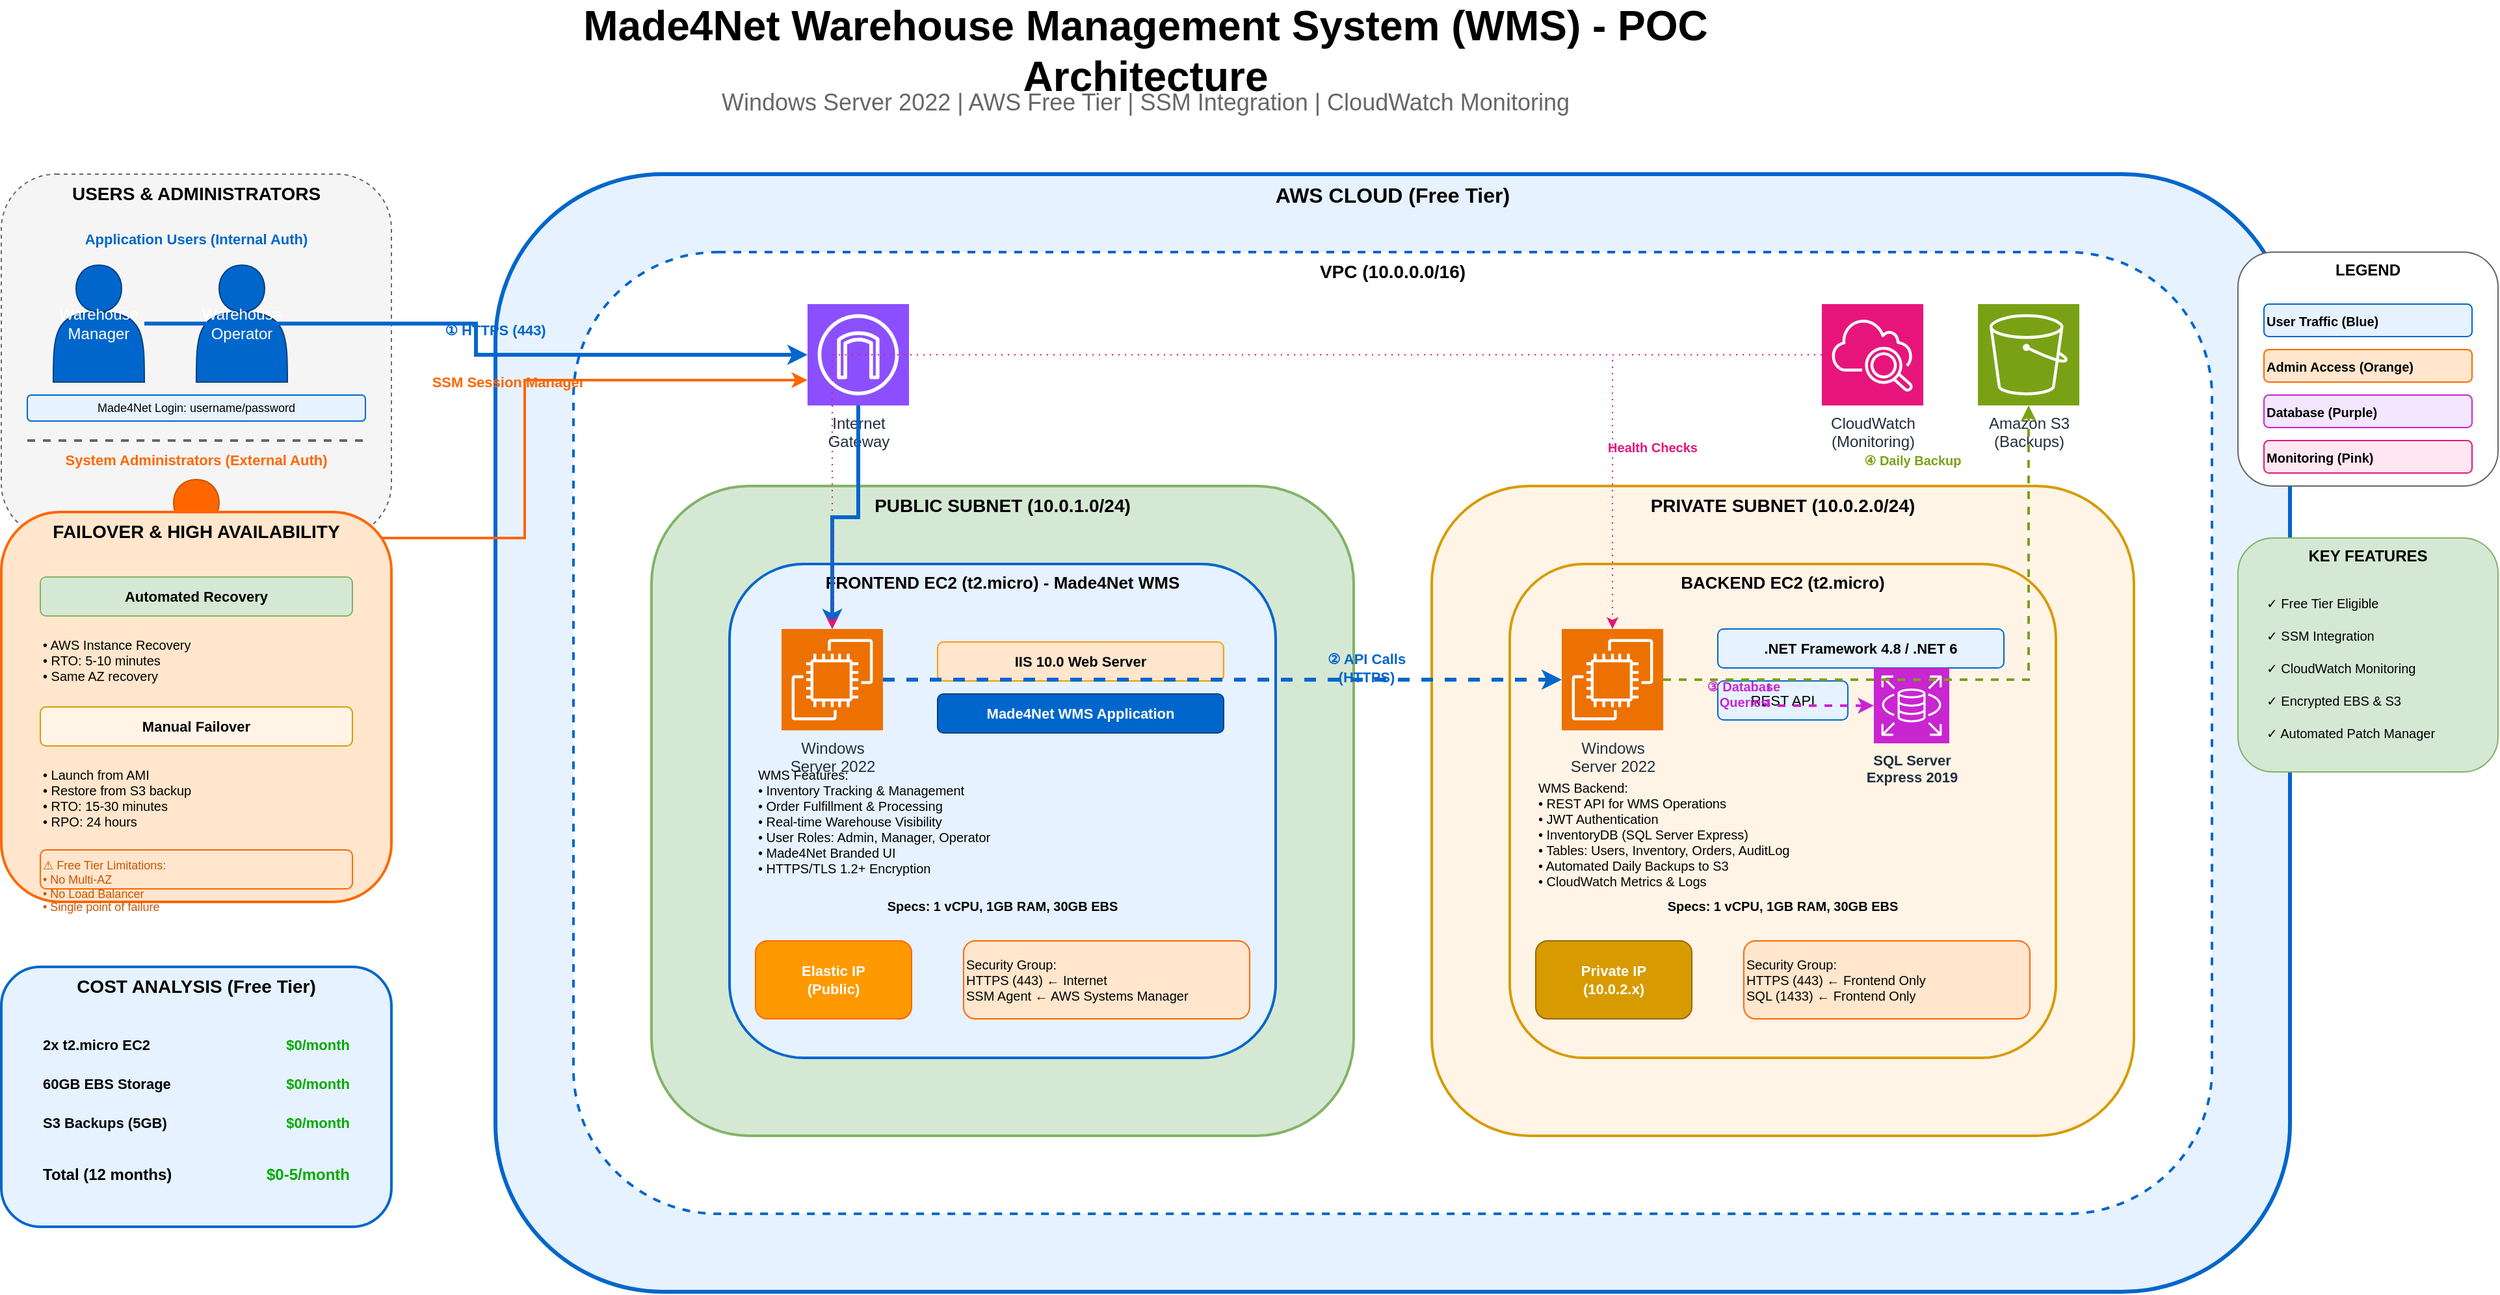
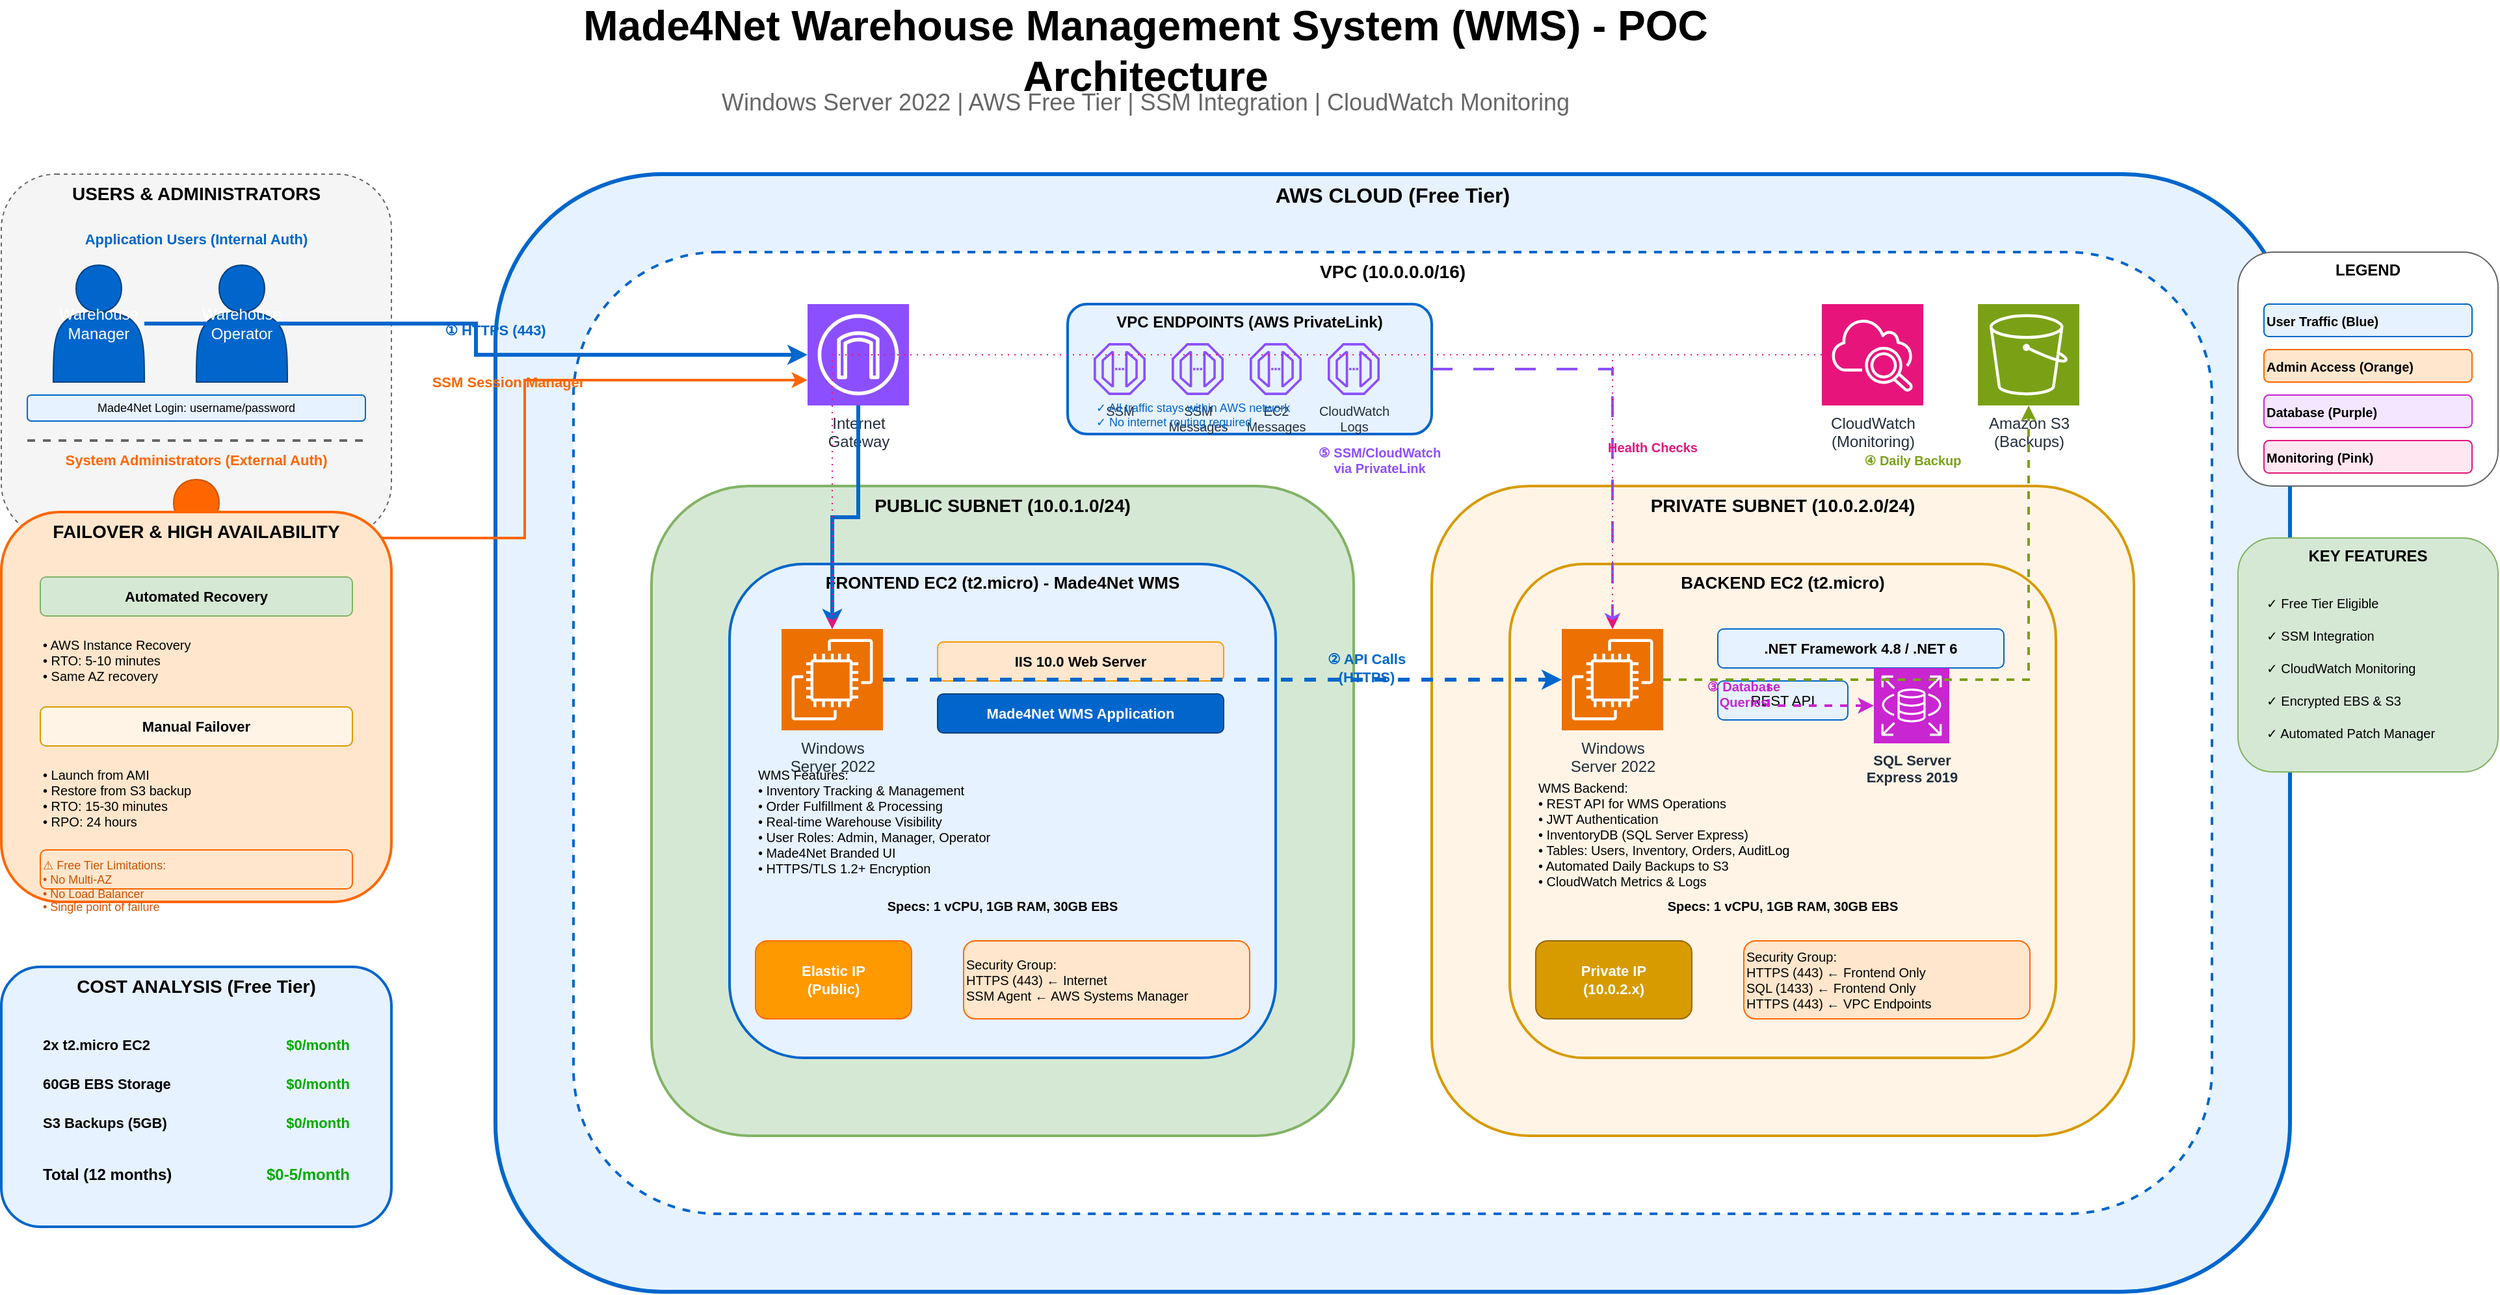
<mxfile host="Electron" agent="Mozilla/5.0" version="29.3.0">
  <diagram name="POC-Architecture" id="poc-arch">
    <mxGraphModel dx="1412" dy="893" grid="1" gridSize="10" guides="1" tooltips="1" connect="1" arrows="1" fold="1" page="1" pageScale="1" pageWidth="1920" pageHeight="1080" math="0" shadow="0">
      <root>
        <mxCell id="0" />
        <mxCell id="1" parent="0" />

        <!-- Title -->
        <mxCell id="title" value="Made4Net Warehouse Management System (WMS) - POC Architecture" style="text;html=1;strokeColor=none;fillColor=none;align=center;verticalAlign=middle;whiteSpace=wrap;rounded=0;fontSize=32;fontStyle=1" vertex="1" parent="1">
          <mxGeometry x="460" y="20" width="1000" height="50" as="geometry" />
        </mxCell>

        <mxCell id="subtitle" value="Windows Server 2022 | AWS Free Tier | SSM Integration | CloudWatch Monitoring" style="text;html=1;strokeColor=none;fillColor=none;align=center;verticalAlign=middle;whiteSpace=wrap;rounded=0;fontSize=18;fontColor=#666666" vertex="1" parent="1">
          <mxGeometry x="560" y="70" width="800" height="30" as="geometry" />
        </mxCell>

        <!-- External Users -->
        <mxCell id="users-box" value="USERS &amp; ADMINISTRATORS" style="rounded=1;whiteSpace=wrap;html=1;fillColor=#f5f5f5;strokeColor=#666666;verticalAlign=top;fontSize=14;fontStyle=1;dashed=1" vertex="1" parent="1">
          <mxGeometry x="80" y="140" width="300" height="280" as="geometry" />
        </mxCell>

        <mxCell id="app-users-label" value="Application Users (Internal Auth)" style="text;html=1;strokeColor=none;fillColor=none;align=center;verticalAlign=middle;whiteSpace=wrap;rounded=0;fontSize=11;fontColor=#0066CC;fontStyle=1" vertex="1" parent="1">
          <mxGeometry x="100" y="180" width="260" height="20" as="geometry" />
        </mxCell>

        <mxCell id="end-user" value="Warehouse&#xa;Manager" style="shape=actor;whiteSpace=wrap;html=1;fillColor=#0066CC;fontColor=#FFFFFF;strokeColor=#004080" vertex="1" parent="1">
          <mxGeometry x="120" y="210" width="70" height="90" as="geometry" />
        </mxCell>

        <mxCell id="operator-user" value="Warehouse&#xa;Operator" style="shape=actor;whiteSpace=wrap;html=1;fillColor=#0066CC;fontColor=#FFFFFF;strokeColor=#004080" vertex="1" parent="1">
          <mxGeometry x="230" y="210" width="70" height="90" as="geometry" />
        </mxCell>

        <mxCell id="app-auth-label" value="Made4Net Login: username/password" style="text;html=1;strokeColor=#0066CC;fillColor=#E6F2FF;align=center;verticalAlign=middle;whiteSpace=wrap;rounded=1;fontSize=9" vertex="1" parent="1">
          <mxGeometry x="100" y="310" width="260" height="20" as="geometry" />
        </mxCell>

        <mxCell id="divider" value="" style="line;strokeWidth=2;html=1;strokeColor=#666666;dashed=1" vertex="1" parent="1">
          <mxGeometry x="100" y="340" width="260" height="10" as="geometry" />
        </mxCell>

        <mxCell id="sys-admin-label" value="System Administrators (External Auth)" style="text;html=1;strokeColor=none;fillColor=none;align=center;verticalAlign=middle;whiteSpace=wrap;rounded=0;fontSize=11;fontColor=#FF6600;fontStyle=1" vertex="1" parent="1">
          <mxGeometry x="100" y="350" width="260" height="20" as="geometry" />
        </mxCell>

        <mxCell id="admin-user" value="Hosting&#xa;Engineer" style="shape=actor;whiteSpace=wrap;html=1;fillColor=#FF6600;fontColor=#FFFFFF;strokeColor=#CC5200" vertex="1" parent="1">
          <mxGeometry x="195" y="375" width="70" height="90" as="geometry" />
        </mxCell>

        <mxCell id="aws-auth-label" value="AWS Systems Manager (SSM) Session Manager" style="text;html=1;strokeColor=#FF6600;fillColor=#FFE6CC;align=center;verticalAlign=middle;whiteSpace=wrap;rounded=1;fontSize=9" vertex="1" parent="1">
          <mxGeometry x="100" y="475" width="260" height="20" as="geometry" />
        </mxCell>

        <!-- AWS Cloud -->
        <mxCell id="aws-box" value="AWS CLOUD (Free Tier)" style="rounded=1;whiteSpace=wrap;html=1;fillColor=#E6F2FF;strokeColor=#0066CC;verticalAlign=top;fontSize=16;fontStyle=1;strokeWidth=3" vertex="1" parent="1">
          <mxGeometry x="460" y="140" width="1380" height="860" as="geometry" />
        </mxCell>

        <!-- VPC -->
        <mxCell id="vpc-box" value="VPC (10.0.0.0/16)" style="rounded=1;whiteSpace=wrap;html=1;fillColor=#ffffff;strokeColor=#0066CC;verticalAlign=top;fontSize=14;fontStyle=1;strokeWidth=2;dashed=1" vertex="1" parent="1">
          <mxGeometry x="520" y="200" width="1260" height="740" as="geometry" />
        </mxCell>

        <!-- Internet Gateway -->
        <mxCell id="igw" value="Internet&#xa;Gateway" style="sketch=0;outlineConnect=0;fontColor=#232F3E;fillColor=#8C4FFF;strokeColor=#ffffff;dashed=0;verticalLabelPosition=bottom;verticalAlign=top;align=center;html=1;fontSize=12;fontStyle=0;aspect=fixed;shape=mxgraph.aws4.resourceIcon;resIcon=mxgraph.aws4.internet_gateway;" vertex="1" parent="1">
          <mxGeometry x="700" y="240" width="78" height="78" as="geometry" />
        </mxCell>

        <!-- Public Subnet -->
        <mxCell id="public-subnet" value="PUBLIC SUBNET (10.0.1.0/24)" style="rounded=1;whiteSpace=wrap;html=1;fillColor=#D5E8D4;strokeColor=#82B366;verticalAlign=top;fontSize=14;fontStyle=1;strokeWidth=2" vertex="1" parent="1">
          <mxGeometry x="580" y="380" width="540" height="500" as="geometry" />
        </mxCell>

        <!-- Frontend EC2 -->
        <mxCell id="frontend-box" value="FRONTEND EC2 (t2.micro) - Made4Net WMS" style="rounded=1;whiteSpace=wrap;html=1;fillColor=#E6F2FF;strokeColor=#0066CC;verticalAlign=top;fontSize=13;fontStyle=1;strokeWidth=2" vertex="1" parent="1">
          <mxGeometry x="640" y="440" width="420" height="380" as="geometry" />
        </mxCell>

        <mxCell id="frontend-icon" value="Windows&#xa;Server 2022" style="sketch=0;outlineConnect=0;fontColor=#232F3E;fillColor=#ED7100;strokeColor=#ffffff;dashed=0;verticalLabelPosition=bottom;verticalAlign=top;align=center;html=1;fontSize=12;fontStyle=0;aspect=fixed;shape=mxgraph.aws4.resourceIcon;resIcon=mxgraph.aws4.ec2;" vertex="1" parent="1">
          <mxGeometry x="680" y="490" width="78" height="78" as="geometry" />
        </mxCell>

        <mxCell id="iis-label" value="IIS 10.0 Web Server" style="rounded=1;whiteSpace=wrap;html=1;fillColor=#FFE6CC;strokeColor=#FF9900;fontSize=11;fontStyle=1" vertex="1" parent="1">
          <mxGeometry x="800" y="500" width="220" height="30" as="geometry" />
        </mxCell>

        <mxCell id="webapp-label" value="Made4Net WMS Application" style="rounded=1;whiteSpace=wrap;html=1;fillColor=#0066CC;strokeColor=#004080;fontSize=11;fontColor=#FFFFFF;fontStyle=1" vertex="1" parent="1">
          <mxGeometry x="800" y="540" width="220" height="30" as="geometry" />
        </mxCell>

        <mxCell id="frontend-features" value="WMS Features:&#xa;• Inventory Tracking &amp; Management&#xa;• Order Fulfillment &amp; Processing&#xa;• Real-time Warehouse Visibility&#xa;• User Roles: Admin, Manager, Operator&#xa;• Made4Net Branded UI&#xa;• HTTPS/TLS 1.2+ Encryption" style="text;html=1;strokeColor=none;fillColor=none;align=left;verticalAlign=top;whiteSpace=wrap;rounded=0;fontSize=10" vertex="1" parent="1">
          <mxGeometry x="660" y="590" width="380" height="90" as="geometry" />
        </mxCell>

        <mxCell id="frontend-specs" value="Specs: 1 vCPU, 1GB RAM, 30GB EBS" style="text;html=1;strokeColor=none;fillColor=#E6F2FF;align=center;verticalAlign=middle;whiteSpace=wrap;rounded=1;fontSize=10;fontStyle=1" vertex="1" parent="1">
          <mxGeometry x="660" y="690" width="380" height="25" as="geometry" />
        </mxCell>

        <mxCell id="elastic-ip" value="Elastic IP&#xa;(Public)" style="rounded=1;whiteSpace=wrap;html=1;fillColor=#FF9900;strokeColor=#FF6600;fontSize=11;fontStyle=1;fontColor=#FFFFFF" vertex="1" parent="1">
          <mxGeometry x="660" y="730" width="120" height="60" as="geometry" />
        </mxCell>

        <mxCell id="frontend-sg" value="Security Group:&#xa;HTTPS (443) ← Internet&#xa;SSM Agent ← AWS Systems Manager" style="rounded=1;whiteSpace=wrap;html=1;fillColor=#FFE6CC;strokeColor=#FF6600;fontSize=10;align=left" vertex="1" parent="1">
          <mxGeometry x="820" y="730" width="220" height="60" as="geometry" />
        </mxCell>

+         <!-- VPC Endpoints (Best Practice) -->
+         <mxCell id="vpc-endpoints-box" value="VPC ENDPOINTS (AWS PrivateLink)" style="rounded=1;whiteSpace=wrap;html=1;fillColor=#E6F2FF;strokeColor=#0066CC;verticalAlign=top;fontSize=12;fontStyle=1;strokeWidth=2" vertex="1" parent="1">
+           <mxGeometry x="900" y="240" width="280" height="100" as="geometry" />
+         </mxCell>
+ 
+         <mxCell id="ssm-endpoint" value="SSM" style="sketch=0;outlineConnect=0;fontColor=#232F3E;fillColor=#8C4FFF;strokeColor=#ffffff;dashed=0;verticalLabelPosition=bottom;verticalAlign=top;align=center;html=1;fontSize=10;fontStyle=0;aspect=fixed;shape=mxgraph.aws4.endpoint;" vertex="1" parent="1">
+           <mxGeometry x="920" y="270" width="40" height="40" as="geometry" />
+         </mxCell>
+ 
+         <mxCell id="ssmmsg-endpoint" value="SSM&#xa;Messages" style="sketch=0;outlineConnect=0;fontColor=#232F3E;fillColor=#8C4FFF;strokeColor=#ffffff;dashed=0;verticalLabelPosition=bottom;verticalAlign=top;align=center;html=1;fontSize=10;fontStyle=0;aspect=fixed;shape=mxgraph.aws4.endpoint;" vertex="1" parent="1">
+           <mxGeometry x="980" y="270" width="40" height="40" as="geometry" />
+         </mxCell>
+ 
+         <mxCell id="ec2msg-endpoint" value="EC2&#xa;Messages" style="sketch=0;outlineConnect=0;fontColor=#232F3E;fillColor=#8C4FFF;strokeColor=#ffffff;dashed=0;verticalLabelPosition=bottom;verticalAlign=top;align=center;html=1;fontSize=10;fontStyle=0;aspect=fixed;shape=mxgraph.aws4.endpoint;" vertex="1" parent="1">
+           <mxGeometry x="1040" y="270" width="40" height="40" as="geometry" />
+         </mxCell>
+ 
+         <mxCell id="logs-endpoint" value="CloudWatch&#xa;Logs" style="sketch=0;outlineConnect=0;fontColor=#232F3E;fillColor=#8C4FFF;strokeColor=#ffffff;dashed=0;verticalLabelPosition=bottom;verticalAlign=top;align=center;html=1;fontSize=10;fontStyle=0;aspect=fixed;shape=mxgraph.aws4.endpoint;" vertex="1" parent="1">
+           <mxGeometry x="1100" y="270" width="40" height="40" as="geometry" />
+         </mxCell>
+ 
+         <mxCell id="vpc-endpoint-note" value="✓ All traffic stays within AWS network&#xa;✓ No internet routing required" style="text;html=1;strokeColor=none;fillColor=none;align=left;verticalAlign=middle;whiteSpace=wrap;rounded=0;fontSize=9;fontColor=#0066CC" vertex="1" parent="1">
+           <mxGeometry x="920" y="315" width="240" height="20" as="geometry" />
+         </mxCell>
+ 
        <!-- Private Subnet -->
        <mxCell id="private-subnet" value="PRIVATE SUBNET (10.0.2.0/24)" style="rounded=1;whiteSpace=wrap;html=1;fillColor=#FFF4E6;strokeColor=#D79B00;verticalAlign=top;fontSize=14;fontStyle=1;strokeWidth=2" vertex="1" parent="1">
          <mxGeometry x="1180" y="380" width="540" height="500" as="geometry" />
        </mxCell>

        <!-- Backend EC2 -->
        <mxCell id="backend-box" value="BACKEND EC2 (t2.micro)" style="rounded=1;whiteSpace=wrap;html=1;fillColor=#FFF4E6;strokeColor=#D79B00;verticalAlign=top;fontSize=13;fontStyle=1;strokeWidth=2" vertex="1" parent="1">
          <mxGeometry x="1240" y="440" width="420" height="380" as="geometry" />
        </mxCell>

        <mxCell id="backend-icon" value="Windows&#xa;Server 2022" style="sketch=0;outlineConnect=0;fontColor=#232F3E;fillColor=#ED7100;strokeColor=#ffffff;dashed=0;verticalLabelPosition=bottom;verticalAlign=top;align=center;html=1;fontSize=12;fontStyle=0;aspect=fixed;shape=mxgraph.aws4.resourceIcon;resIcon=mxgraph.aws4.ec2;" vertex="1" parent="1">
          <mxGeometry x="1280" y="490" width="78" height="78" as="geometry" />
        </mxCell>

        <mxCell id="dotnet-label" value=".NET Framework 4.8 / .NET 6" style="rounded=1;whiteSpace=wrap;html=1;fillColor=#E6F2FF;strokeColor=#0066CC;fontSize=11;fontStyle=1" vertex="1" parent="1">
          <mxGeometry x="1400" y="490" width="220" height="30" as="geometry" />
        </mxCell>

        <mxCell id="api-label" value="REST API" style="rounded=1;whiteSpace=wrap;html=1;fillColor=#E6F2FF;strokeColor=#0066CC;fontSize=11" vertex="1" parent="1">
          <mxGeometry x="1400" y="530" width="100" height="30" as="geometry" />
        </mxCell>

        <mxCell id="sqlserver-label" value="SQL Server&#xa;Express 2019" style="sketch=0;outlineConnect=0;fontColor=#232F3E;fillColor=#C925D1;strokeColor=#ffffff;dashed=0;verticalLabelPosition=bottom;verticalAlign=top;align=center;html=1;fontSize=11;fontStyle=1;aspect=fixed;shape=mxgraph.aws4.resourceIcon;resIcon=mxgraph.aws4.rds;" vertex="1" parent="1">
          <mxGeometry x="1520" y="520" width="58" height="58" as="geometry" />
        </mxCell>

        <mxCell id="backend-features" value="WMS Backend:&#xa;• REST API for WMS Operations&#xa;• JWT Authentication&#xa;• InventoryDB (SQL Server Express)&#xa;• Tables: Users, Inventory, Orders, AuditLog&#xa;• Automated Daily Backups to S3&#xa;• CloudWatch Metrics &amp; Logs" style="text;html=1;strokeColor=none;fillColor=none;align=left;verticalAlign=top;whiteSpace=wrap;rounded=0;fontSize=10" vertex="1" parent="1">
          <mxGeometry x="1260" y="600" width="380" height="80" as="geometry" />
        </mxCell>

        <mxCell id="backend-specs" value="Specs: 1 vCPU, 1GB RAM, 30GB EBS" style="text;html=1;strokeColor=none;fillColor=#FFF4E6;align=center;verticalAlign=middle;whiteSpace=wrap;rounded=1;fontSize=10;fontStyle=1" vertex="1" parent="1">
          <mxGeometry x="1260" y="690" width="380" height="25" as="geometry" />
        </mxCell>

        <mxCell id="private-ip" value="Private IP&#xa;(10.0.2.x)" style="rounded=1;whiteSpace=wrap;html=1;fillColor=#D79B00;strokeColor=#996600;fontSize=11;fontStyle=1;fontColor=#FFFFFF" vertex="1" parent="1">
          <mxGeometry x="1260" y="730" width="120" height="60" as="geometry" />
        </mxCell>

-         <mxCell id="backend-sg" value="Security Group:&#xa;HTTPS (443) ← Frontend Only&#xa;SQL (1433) ← Frontend Only" style="rounded=1;whiteSpace=wrap;html=1;fillColor=#FFE6CC;strokeColor=#FF6600;fontSize=10;align=left" vertex="1" parent="1">
+         <mxCell id="backend-sg" value="Security Group:&#xa;HTTPS (443) ← Frontend Only&#xa;SQL (1433) ← Frontend Only&#xa;HTTPS (443) ← VPC Endpoints" style="rounded=1;whiteSpace=wrap;html=1;fillColor=#FFE6CC;strokeColor=#FF6600;fontSize=10;align=left" vertex="1" parent="1">
          <mxGeometry x="1420" y="730" width="220" height="60" as="geometry" />
+         </mxCell>
+ 
+         <!-- Arrow: VPC Endpoints to Backend -->
+         <mxCell id="arrow-vpce-backend" edge="1" parent="1" source="vpc-endpoints-box" target="backend-icon" style="edgeStyle=orthogonalEdgeStyle;rounded=0;orthogonalLoop=1;jettySize=auto;html=1;strokeColor=#8C4FFF;strokeWidth=2;fontSize=11;fontColor=#8C4FFF;dashed=1;dashPattern=8 8">
+           <mxGeometry relative="1" as="geometry" />
+         </mxCell>
+ 
+         <mxCell id="label-vpce" value="⑤ SSM/CloudWatch&#xa;via PrivateLink" style="text;html=1;strokeColor=none;fillColor=none;align=center;verticalAlign=middle;whiteSpace=wrap;rounded=0;fontSize=10;fontColor=#8C4FFF;fontStyle=1" vertex="1" parent="1">
+           <mxGeometry x="1080" y="340" width="120" height="40" as="geometry" />
        </mxCell>

        <!-- S3 Backup -->
        <mxCell id="s3-backup" value="Amazon S3&#xa;(Backups)" style="sketch=0;outlineConnect=0;fontColor=#232F3E;fillColor=#7AA116;strokeColor=#ffffff;dashed=0;verticalLabelPosition=bottom;verticalAlign=top;align=center;html=1;fontSize=12;fontStyle=0;aspect=fixed;shape=mxgraph.aws4.resourceIcon;resIcon=mxgraph.aws4.s3;" vertex="1" parent="1">
          <mxGeometry x="1600" y="240" width="78" height="78" as="geometry" />
        </mxCell>

        <!-- CloudWatch -->
        <mxCell id="cloudwatch" value="CloudWatch&#xa;(Monitoring)" style="sketch=0;outlineConnect=0;fontColor=#232F3E;fillColor=#E7157B;strokeColor=#ffffff;dashed=0;verticalLabelPosition=bottom;verticalAlign=top;align=center;html=1;fontSize=12;fontStyle=0;aspect=fixed;shape=mxgraph.aws4.resourceIcon;resIcon=mxgraph.aws4.cloudwatch_2;" vertex="1" parent="1">
          <mxGeometry x="1480" y="240" width="78" height="78" as="geometry" />
        </mxCell>

        <!-- Arrows: User to Frontend -->
        <mxCell id="arrow-user-igw" edge="1" parent="1" source="end-user" target="igw" style="edgeStyle=orthogonalEdgeStyle;rounded=0;orthogonalLoop=1;jettySize=auto;html=1;strokeColor=#0066CC;strokeWidth=3;fontSize=12;fontColor=#0066CC;entryX=0;entryY=0.5;entryDx=0;entryDy=0;entryPerimeter=0">
          <mxGeometry relative="1" as="geometry" />
        </mxCell>

        <mxCell id="label-https" value="① HTTPS (443)" style="text;html=1;strokeColor=none;fillColor=none;align=center;verticalAlign=middle;whiteSpace=wrap;rounded=0;fontSize=11;fontColor=#0066CC;fontStyle=1" vertex="1" parent="1">
          <mxGeometry x="400" y="250" width="120" height="20" as="geometry" />
        </mxCell>

        <mxCell id="arrow-igw-frontend" edge="1" parent="1" source="igw" target="frontend-icon" style="edgeStyle=orthogonalEdgeStyle;rounded=0;orthogonalLoop=1;jettySize=auto;html=1;strokeColor=#0066CC;strokeWidth=3;fontSize=12;fontColor=#0066CC">
          <mxGeometry relative="1" as="geometry" />
        </mxCell>

        <!-- Arrow: Frontend to Backend -->
        <mxCell id="arrow-frontend-backend" edge="1" parent="1" source="frontend-icon" target="backend-icon" style="edgeStyle=orthogonalEdgeStyle;rounded=0;orthogonalLoop=1;jettySize=auto;html=1;strokeColor=#0066CC;strokeWidth=3;fontSize=12;fontColor=#0066CC;dashed=1">
          <mxGeometry relative="1" as="geometry" />
        </mxCell>

        <mxCell id="label-api" value="② API Calls&#xa;(HTTPS)" style="text;html=1;strokeColor=none;fillColor=none;align=center;verticalAlign=middle;whiteSpace=wrap;rounded=0;fontSize=11;fontColor=#0066CC;fontStyle=1" vertex="1" parent="1">
          <mxGeometry x="1080" y="500" width="100" height="40" as="geometry" />
        </mxCell>

        <!-- Arrow: Backend to SQL -->
        <mxCell id="arrow-backend-sql" edge="1" parent="1" source="backend-icon" target="sqlserver-label" style="edgeStyle=orthogonalEdgeStyle;rounded=0;orthogonalLoop=1;jettySize=auto;html=1;strokeColor=#C925D1;strokeWidth=2;fontSize=11;fontColor=#C925D1;dashed=1">
          <mxGeometry relative="1" as="geometry" />
        </mxCell>

        <mxCell id="label-db" value="③ Database&#xa;Queries" style="text;html=1;strokeColor=none;fillColor=none;align=center;verticalAlign=middle;whiteSpace=wrap;rounded=0;fontSize=10;fontColor=#C925D1;fontStyle=1" vertex="1" parent="1">
          <mxGeometry x="1380" y="520" width="80" height="40" as="geometry" />
        </mxCell>

        <!-- Arrow: Backend to S3 -->
        <mxCell id="arrow-backend-s3" edge="1" parent="1" source="backend-icon" target="s3-backup" style="edgeStyle=orthogonalEdgeStyle;rounded=0;orthogonalLoop=1;jettySize=auto;html=1;strokeColor=#7AA116;strokeWidth=2;fontSize=11;fontColor=#7AA116;dashed=1">
          <mxGeometry relative="1" as="geometry" />
        </mxCell>

        <mxCell id="label-backup" value="④ Daily Backup" style="text;html=1;strokeColor=none;fillColor=none;align=center;verticalAlign=middle;whiteSpace=wrap;rounded=0;fontSize=10;fontColor=#7AA116;fontStyle=1" vertex="1" parent="1">
          <mxGeometry x="1500" y="350" width="100" height="20" as="geometry" />
        </mxCell>

        <!-- Arrow: CloudWatch Monitoring -->
        <mxCell id="arrow-cw-frontend" edge="1" parent="1" source="cloudwatch" target="frontend-icon" style="edgeStyle=orthogonalEdgeStyle;rounded=0;orthogonalLoop=1;jettySize=auto;html=1;strokeColor=#E7157B;strokeWidth=1;fontSize=11;fontColor=#E7157B;dashed=1;dashPattern=1 4">
          <mxGeometry relative="1" as="geometry" />
        </mxCell>

        <mxCell id="arrow-cw-backend" edge="1" parent="1" source="cloudwatch" target="backend-icon" style="edgeStyle=orthogonalEdgeStyle;rounded=0;orthogonalLoop=1;jettySize=auto;html=1;strokeColor=#E7157B;strokeWidth=1;fontSize=11;fontColor=#E7157B;dashed=1;dashPattern=1 4">
          <mxGeometry relative="1" as="geometry" />
        </mxCell>

        <mxCell id="label-monitoring" value="Health Checks" style="text;html=1;strokeColor=none;fillColor=none;align=center;verticalAlign=middle;whiteSpace=wrap;rounded=0;fontSize=10;fontColor=#E7157B;fontStyle=1" vertex="1" parent="1">
          <mxGeometry x="1300" y="340" width="100" height="20" as="geometry" />
        </mxCell>

        <!-- Arrow: Admin Access -->
        <mxCell id="arrow-admin-igw" edge="1" parent="1" source="admin-user" target="igw" style="edgeStyle=orthogonalEdgeStyle;rounded=0;orthogonalLoop=1;jettySize=auto;html=1;strokeColor=#FF6600;strokeWidth=2;fontSize=12;fontColor=#FF6600;entryX=0;entryY=0.75;entryDx=0;entryDy=0;entryPerimeter=0">
          <mxGeometry relative="1" as="geometry" />
        </mxCell>

        <mxCell id="label-rdp" value="SSM Session Manager" style="text;html=1;strokeColor=none;fillColor=none;align=center;verticalAlign=middle;whiteSpace=wrap;rounded=0;fontSize=11;fontColor=#FF6600;fontStyle=1" vertex="1" parent="1">
          <mxGeometry x="400" y="290" width="140" height="20" as="geometry" />
        </mxCell>

        <!-- Failover Box -->
        <mxCell id="failover-box" value="FAILOVER &amp; HIGH AVAILABILITY" style="rounded=1;whiteSpace=wrap;html=1;fillColor=#FFE6CC;strokeColor=#FF6600;verticalAlign=top;fontSize=14;fontStyle=1;strokeWidth=2" vertex="1" parent="1">
          <mxGeometry x="80" y="400" width="300" height="300" as="geometry" />
        </mxCell>

        <mxCell id="failover-auto" value="Automated Recovery" style="rounded=1;whiteSpace=wrap;html=1;fillColor=#D5E8D4;strokeColor=#82B366;fontSize=11;fontStyle=1" vertex="1" parent="1">
          <mxGeometry x="110" y="450" width="240" height="30" as="geometry" />
        </mxCell>

        <mxCell id="failover-auto-text" value="• AWS Instance Recovery&#xa;• RTO: 5-10 minutes&#xa;• Same AZ recovery" style="text;html=1;strokeColor=none;fillColor=none;align=left;verticalAlign=top;whiteSpace=wrap;rounded=0;fontSize=10" vertex="1" parent="1">
          <mxGeometry x="110" y="490" width="240" height="50" as="geometry" />
        </mxCell>

        <mxCell id="failover-manual" value="Manual Failover" style="rounded=1;whiteSpace=wrap;html=1;fillColor=#FFF4E6;strokeColor=#D79B00;fontSize=11;fontStyle=1" vertex="1" parent="1">
          <mxGeometry x="110" y="550" width="240" height="30" as="geometry" />
        </mxCell>

        <mxCell id="failover-manual-text" value="• Launch from AMI&#xa;• Restore from S3 backup&#xa;• RTO: 15-30 minutes&#xa;• RPO: 24 hours" style="text;html=1;strokeColor=none;fillColor=none;align=left;verticalAlign=top;whiteSpace=wrap;rounded=0;fontSize=10" vertex="1" parent="1">
          <mxGeometry x="110" y="590" width="240" height="60" as="geometry" />
        </mxCell>

        <mxCell id="failover-limit" value="⚠ Free Tier Limitations:&#xa;• No Multi-AZ&#xa;• No Load Balancer&#xa;• Single point of failure" style="text;html=1;strokeColor=#FF6600;fillColor=#FFE6CC;align=left;verticalAlign=top;whiteSpace=wrap;rounded=1;fontSize=9;fontColor=#CC5200" vertex="1" parent="1">
          <mxGeometry x="110" y="660" width="240" height="30" as="geometry" />
        </mxCell>

        <!-- Cost Box -->
        <mxCell id="cost-box" value="COST ANALYSIS (Free Tier)" style="rounded=1;whiteSpace=wrap;html=1;fillColor=#E6F2FF;strokeColor=#0066CC;verticalAlign=top;fontSize=14;fontStyle=1;strokeWidth=2" vertex="1" parent="1">
          <mxGeometry x="80" y="750" width="300" height="200" as="geometry" />
        </mxCell>

        <mxCell id="cost-ec2" value="2x t2.micro EC2" style="text;html=1;strokeColor=none;fillColor=none;align=left;verticalAlign=middle;whiteSpace=wrap;rounded=0;fontSize=11;fontStyle=1" vertex="1" parent="1">
          <mxGeometry x="110" y="800" width="150" height="20" as="geometry" />
        </mxCell>

        <mxCell id="cost-ec2-value" value="$0/month" style="text;html=1;strokeColor=none;fillColor=none;align=right;verticalAlign=middle;whiteSpace=wrap;rounded=0;fontSize=11;fontColor=#00AA00;fontStyle=1" vertex="1" parent="1">
          <mxGeometry x="260" y="800" width="90" height="20" as="geometry" />
        </mxCell>

        <mxCell id="cost-ebs" value="60GB EBS Storage" style="text;html=1;strokeColor=none;fillColor=none;align=left;verticalAlign=middle;whiteSpace=wrap;rounded=0;fontSize=11;fontStyle=1" vertex="1" parent="1">
          <mxGeometry x="110" y="830" width="150" height="20" as="geometry" />
        </mxCell>

        <mxCell id="cost-ebs-value" value="$0/month" style="text;html=1;strokeColor=none;fillColor=none;align=right;verticalAlign=middle;whiteSpace=wrap;rounded=0;fontSize=11;fontColor=#00AA00;fontStyle=1" vertex="1" parent="1">
          <mxGeometry x="260" y="830" width="90" height="20" as="geometry" />
        </mxCell>

        <mxCell id="cost-s3" value="S3 Backups (5GB)" style="text;html=1;strokeColor=none;fillColor=none;align=left;verticalAlign=middle;whiteSpace=wrap;rounded=0;fontSize=11;fontStyle=1" vertex="1" parent="1">
          <mxGeometry x="110" y="860" width="150" height="20" as="geometry" />
        </mxCell>

        <mxCell id="cost-s3-value" value="$0/month" style="text;html=1;strokeColor=none;fillColor=none;align=right;verticalAlign=middle;whiteSpace=wrap;rounded=0;fontSize=11;fontColor=#00AA00;fontStyle=1" vertex="1" parent="1">
          <mxGeometry x="260" y="860" width="90" height="20" as="geometry" />
        </mxCell>

        <mxCell id="cost-total" value="Total (12 months)" style="text;html=1;strokeColor=none;fillColor=none;align=left;verticalAlign=middle;whiteSpace=wrap;rounded=0;fontSize=12;fontStyle=1" vertex="1" parent="1">
          <mxGeometry x="110" y="900" width="150" height="20" as="geometry" />
        </mxCell>

        <mxCell id="cost-total-value" value="$0-5/month" style="text;html=1;strokeColor=none;fillColor=none;align=right;verticalAlign=middle;whiteSpace=wrap;rounded=0;fontSize=12;fontColor=#00AA00;fontStyle=1" vertex="1" parent="1">
          <mxGeometry x="260" y="900" width="90" height="20" as="geometry" />
        </mxCell>

        <!-- Legend -->
        <mxCell id="legend-box" value="LEGEND" style="rounded=1;whiteSpace=wrap;html=1;fillColor=#ffffff;strokeColor=#666666;verticalAlign=top;fontSize=12;fontStyle=1" vertex="1" parent="1">
          <mxGeometry x="1800" y="200" width="200" height="180" as="geometry" />
        </mxCell>

        <mxCell id="legend-1" value="User Traffic (Blue)" style="text;html=1;strokeColor=#0066CC;fillColor=#E6F2FF;align=left;verticalAlign=middle;whiteSpace=wrap;rounded=1;fontSize=10;fontStyle=1" vertex="1" parent="1">
          <mxGeometry x="1820" y="240" width="160" height="25" as="geometry" />
        </mxCell>

        <mxCell id="legend-2" value="Admin Access (Orange)" style="text;html=1;strokeColor=#FF6600;fillColor=#FFE6CC;align=left;verticalAlign=middle;whiteSpace=wrap;rounded=1;fontSize=10;fontStyle=1" vertex="1" parent="1">
          <mxGeometry x="1820" y="275" width="160" height="25" as="geometry" />
        </mxCell>

        <mxCell id="legend-3" value="Database (Purple)" style="text;html=1;strokeColor=#C925D1;fillColor=#F4E6FF;align=left;verticalAlign=middle;whiteSpace=wrap;rounded=1;fontSize=10;fontStyle=1" vertex="1" parent="1">
          <mxGeometry x="1820" y="310" width="160" height="25" as="geometry" />
        </mxCell>

        <mxCell id="legend-4" value="Monitoring (Pink)" style="text;html=1;strokeColor=#E7157B;fillColor=#FFE6F0;align=left;verticalAlign=middle;whiteSpace=wrap;rounded=1;fontSize=10;fontStyle=1" vertex="1" parent="1">
          <mxGeometry x="1820" y="345" width="160" height="25" as="geometry" />
        </mxCell>

        <!-- Key Features -->
        <mxCell id="features-box" value="KEY FEATURES" style="rounded=1;whiteSpace=wrap;html=1;fillColor=#D5E8D4;strokeColor=#82B366;verticalAlign=top;fontSize=12;fontStyle=1" vertex="1" parent="1">
          <mxGeometry x="1800" y="420" width="200" height="180" as="geometry" />
        </mxCell>

        <mxCell id="feature-1" value="✓ Free Tier Eligible" style="text;html=1;strokeColor=none;fillColor=none;align=left;verticalAlign=middle;whiteSpace=wrap;rounded=0;fontSize=10" vertex="1" parent="1">
          <mxGeometry x="1820" y="460" width="160" height="20" as="geometry" />
        </mxCell>

        <mxCell id="feature-2" value="✓ SSM Integration" style="text;html=1;strokeColor=none;fillColor=none;align=left;verticalAlign=middle;whiteSpace=wrap;rounded=0;fontSize=10" vertex="1" parent="1">
          <mxGeometry x="1820" y="485" width="160" height="20" as="geometry" />
        </mxCell>

        <mxCell id="feature-3" value="✓ CloudWatch Monitoring" style="text;html=1;strokeColor=none;fillColor=none;align=left;verticalAlign=middle;whiteSpace=wrap;rounded=0;fontSize=10" vertex="1" parent="1">
          <mxGeometry x="1820" y="510" width="160" height="20" as="geometry" />
        </mxCell>

        <mxCell id="feature-4" value="✓ Encrypted EBS &amp; S3" style="text;html=1;strokeColor=none;fillColor=none;align=left;verticalAlign=middle;whiteSpace=wrap;rounded=0;fontSize=10" vertex="1" parent="1">
          <mxGeometry x="1820" y="535" width="160" height="20" as="geometry" />
        </mxCell>

        <mxCell id="feature-5" value="✓ Automated Patch Manager" style="text;html=1;strokeColor=none;fillColor=none;align=left;verticalAlign=middle;whiteSpace=wrap;rounded=0;fontSize=10" vertex="1" parent="1">
          <mxGeometry x="1820" y="560" width="160" height="20" as="geometry" />
        </mxCell>

      </root>
    </mxGraphModel>
  </diagram>
</mxfile>
